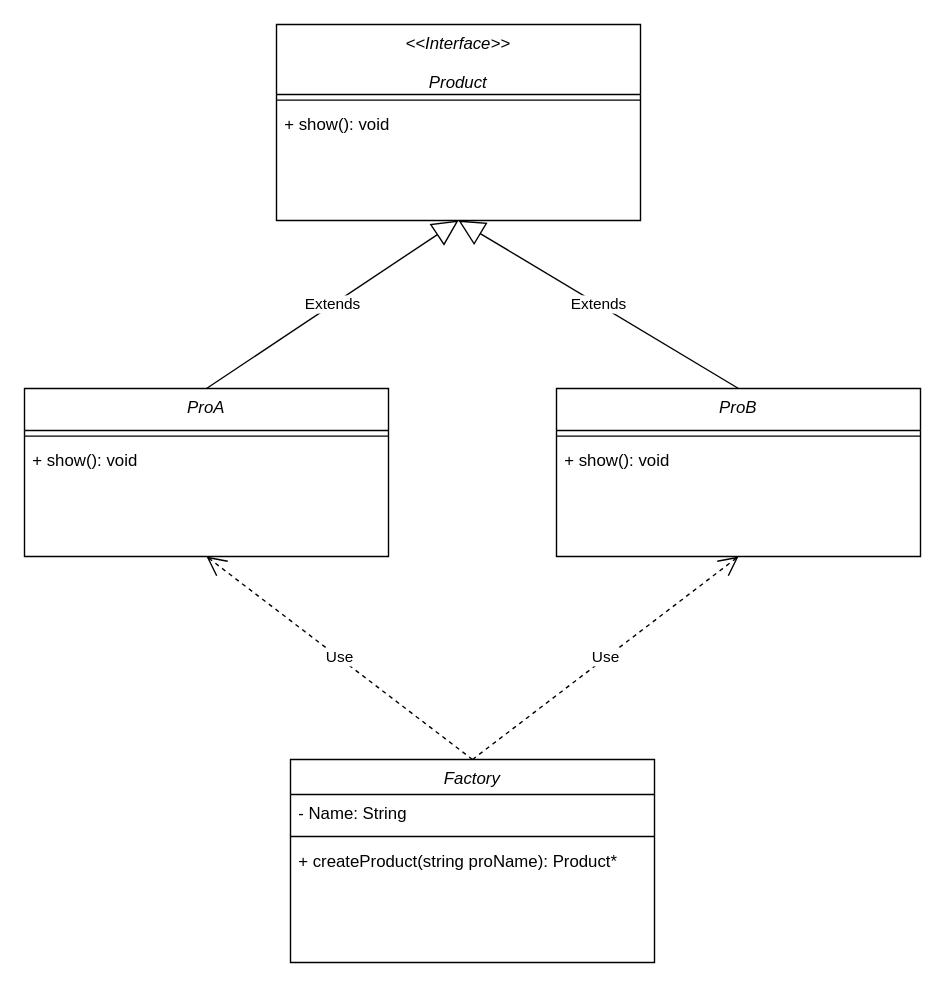
Before: 简单工厂模式.drawio in jiangyu945/Doc, a draw.io diagram. Source tidied: cells renumbered, new cells numbered last; positions are measured from the earlier drawing's top-left corner, leaving out a move shared by most shapes. Both pictures are drawn from the tidied source at 140%, with x=0, y=0 at pixel (24, 24).
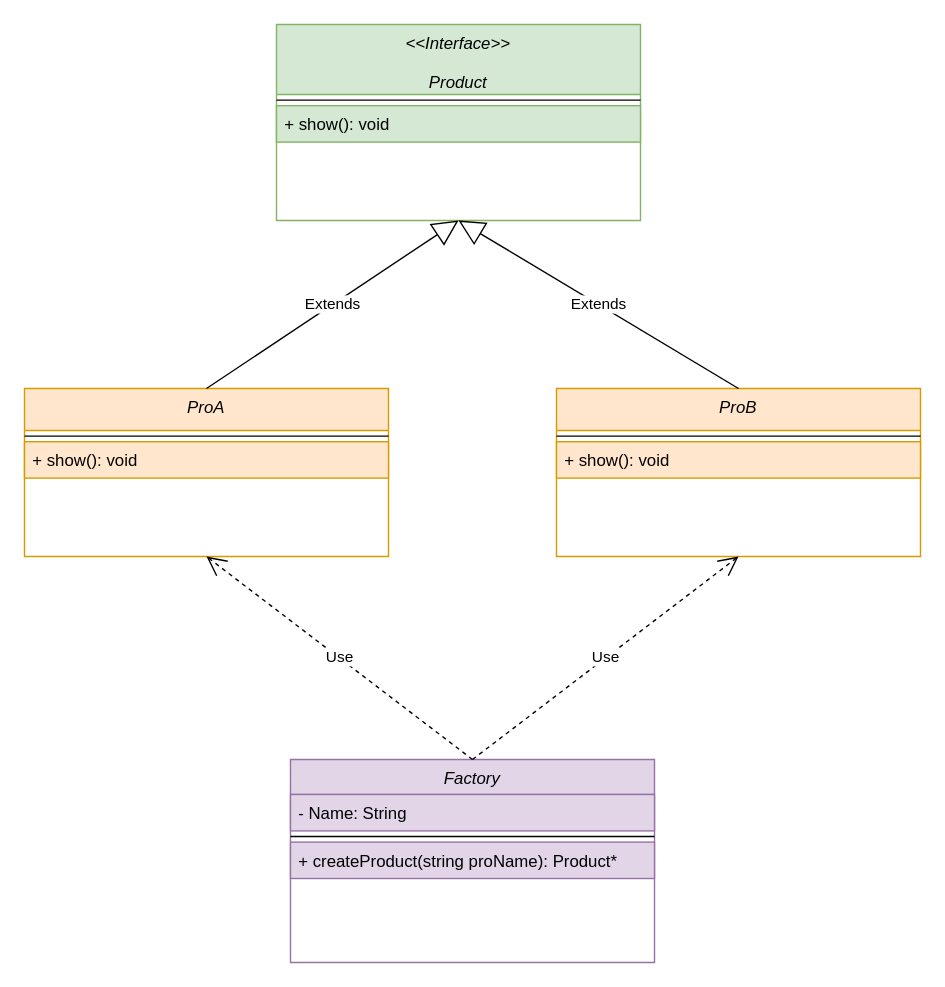
The same page after the edit.

Commit message (it also covers changes not shown here):
更新简单工厂模式.drawio

What changed in the source:
```diff
@@
 <mxGraphModel>
   <root>
     <mxCell id="0" />
     <mxCell id="1" parent="0" />
-    <mxCell id="2" value="&lt;&lt;Interface&gt;&gt;&#10;&#10;Product" style="swimlane;fontStyle=2;align=center;verticalAlign=top;horizontal=1;startSize=50;rounded=0;shadow=0;strokeWidth=1;" parent="1" vertex="1">
+    <mxCell id="2" value="&lt;&lt;Interface&gt;&gt;&#10;&#10;Product" style="swimlane;fontStyle=2;align=center;verticalAlign=top;horizontal=1;startSize=50;rounded=0;shadow=0;strokeWidth=1;fillColor=#d5e8d4;strokeColor=#82b366;" parent="1" vertex="1">
       <mxGeometry x="180" width="260" height="140" as="geometry" />
     </mxCell>
     <mxCell id="3" style="line;html=1;strokeWidth=1;align=left;verticalAlign=middle;spacingTop=-1;spacingLeft=3;spacingRight=3;labelPosition=right;" parent="2" vertex="1">
       <mxGeometry y="50" width="260" height="8" as="geometry" />
     </mxCell>
-    <mxCell id="4" value="+ show(): void" style="text;align=left;verticalAlign=top;spacingLeft=4;spacingRight=4;overflow=hidden;" parent="2" vertex="1">
+    <mxCell id="4" value="+ show(): void" style="text;align=left;verticalAlign=top;spacingLeft=4;spacingRight=4;overflow=hidden;fillColor=#d5e8d4;strokeColor=#82b366;" parent="2" vertex="1">
       <mxGeometry y="58" width="260" height="26" as="geometry" />
     </mxCell>
-    <mxCell id="5" value="ProA" style="swimlane;fontStyle=2;align=center;verticalAlign=top;horizontal=1;startSize=30;rounded=0;shadow=0;strokeWidth=1;" parent="1" vertex="1">
+    <mxCell id="5" value="ProA" style="swimlane;fontStyle=2;align=center;verticalAlign=top;horizontal=1;startSize=30;rounded=0;shadow=0;strokeWidth=1;fillColor=#ffe6cc;strokeColor=#d79b00;" parent="1" vertex="1">
       <mxGeometry y="260" width="260" height="120" as="geometry" />
     </mxCell>
     <mxCell id="6" style="line;html=1;strokeWidth=1;align=left;verticalAlign=middle;spacingTop=-1;spacingLeft=3;spacingRight=3;labelPosition=right;" parent="5" vertex="1">
       <mxGeometry y="30" width="260" height="8" as="geometry" />
     </mxCell>
-    <mxCell id="7" value="+ show(): void" style="text;align=left;verticalAlign=top;spacingLeft=4;spacingRight=4;overflow=hidden;" parent="5" vertex="1">
+    <mxCell id="7" value="+ show(): void" style="text;align=left;verticalAlign=top;spacingLeft=4;spacingRight=4;overflow=hidden;fillColor=#ffe6cc;strokeColor=#d79b00;" parent="5" vertex="1">
       <mxGeometry y="38" width="260" height="26" as="geometry" />
     </mxCell>
-    <mxCell id="8" value="ProB" style="swimlane;fontStyle=2;align=center;verticalAlign=top;horizontal=1;startSize=30;rounded=0;shadow=0;strokeWidth=1;" parent="1" vertex="1">
+    <mxCell id="8" value="ProB" style="swimlane;fontStyle=2;align=center;verticalAlign=top;horizontal=1;startSize=30;rounded=0;shadow=0;strokeWidth=1;fillColor=#ffe6cc;strokeColor=#d79b00;" parent="1" vertex="1">
       <mxGeometry x="380" y="260" width="260" height="120" as="geometry" />
     </mxCell>
     <mxCell id="9" style="line;html=1;strokeWidth=1;align=left;verticalAlign=middle;spacingTop=-1;spacingLeft=3;spacingRight=3;labelPosition=right;" parent="8" vertex="1">
       <mxGeometry y="30" width="260" height="8" as="geometry" />
     </mxCell>
-    <mxCell id="10" value="+ show(): void&#10;&#10;" style="text;align=left;verticalAlign=top;spacingLeft=4;spacingRight=4;overflow=hidden;" parent="8" vertex="1">
+    <mxCell id="10" value="+ show(): void&#10;&#10;" style="text;align=left;verticalAlign=top;spacingLeft=4;spacingRight=4;overflow=hidden;fillColor=#ffe6cc;strokeColor=#d79b00;" parent="8" vertex="1">
       <mxGeometry y="38" width="260" height="26" as="geometry" />
     </mxCell>
-    <mxCell id="11" value="Factory" style="swimlane;fontStyle=2;align=center;verticalAlign=top;horizontal=1;startSize=25;rounded=0;shadow=0;strokeWidth=1;" parent="1" vertex="1">
+    <mxCell id="11" value="Factory" style="swimlane;fontStyle=2;align=center;verticalAlign=top;horizontal=1;startSize=25;rounded=0;shadow=0;strokeWidth=1;fillColor=#e1d5e7;strokeColor=#9673a6;" parent="1" vertex="1">
       <mxGeometry x="190" y="525" width="260" height="145" as="geometry" />
     </mxCell>
-    <mxCell id="12" value="- Name: String" style="text;align=left;verticalAlign=top;spacingLeft=4;spacingRight=4;overflow=hidden;" parent="11" vertex="1">
+    <mxCell id="12" value="- Name: String" style="text;align=left;verticalAlign=top;spacingLeft=4;spacingRight=4;overflow=hidden;fillColor=#e1d5e7;strokeColor=#9673a6;" parent="11" vertex="1">
       <mxGeometry y="25" width="260" height="26" as="geometry" />
     </mxCell>
     <mxCell id="13" style="line;html=1;strokeWidth=1;align=left;verticalAlign=middle;spacingTop=-1;spacingLeft=3;spacingRight=3;labelPosition=right;" parent="11" vertex="1">
       <mxGeometry y="51" width="260" height="8" as="geometry" />
     </mxCell>
-    <mxCell id="14" value="+ createProduct(string proName): Product*" style="text;align=left;verticalAlign=top;spacingLeft=4;spacingRight=4;overflow=hidden;" parent="11" vertex="1">
+    <mxCell id="14" value="+ createProduct(string proName): Product*" style="text;align=left;verticalAlign=top;spacingLeft=4;spacingRight=4;overflow=hidden;fillColor=#e1d5e7;strokeColor=#9673a6;" parent="11" vertex="1">
       <mxGeometry y="59" width="260" height="26" as="geometry" />
     </mxCell>
     <mxCell id="15" value="Extends" style="endArrow=block;endSize=16;endFill=0;html=1;rounded=0;entryX=0.5;entryY=1;entryDx=0;entryDy=0;exitX=0.5;exitY=0;exitDx=0;exitDy=0;" parent="1" edge="1" source="5" target="2">
       <mxGeometry relative="1" as="geometry" />
     </mxCell>
     <mxCell id="16" value="Extends" style="endArrow=block;endSize=16;endFill=0;html=1;rounded=0;entryX=0.5;entryY=1;entryDx=0;entryDy=0;exitX=0.5;exitY=0;exitDx=0;exitDy=0;" parent="1" edge="1" source="8" target="2">
       <mxGeometry relative="1" as="geometry" />
     </mxCell>
     <mxCell id="17" value="Use" style="endArrow=open;endSize=12;dashed=1;html=1;rounded=0;exitX=0.5;exitY=0;exitDx=0;exitDy=0;entryX=0.5;entryY=1;entryDx=0;entryDy=0;" parent="1" edge="1" source="11" target="5">
       <mxGeometry relative="1" as="geometry" />
     </mxCell>
     <mxCell id="18" value="Use" style="endArrow=open;endSize=12;dashed=1;html=1;rounded=0;exitX=0.5;exitY=0;exitDx=0;exitDy=0;entryX=0.5;entryY=1;entryDx=0;entryDy=0;" parent="1" edge="1" source="11" target="8">
       <mxGeometry relative="1" as="geometry" />
     </mxCell>
   </root>
 </mxGraphModel>
```
